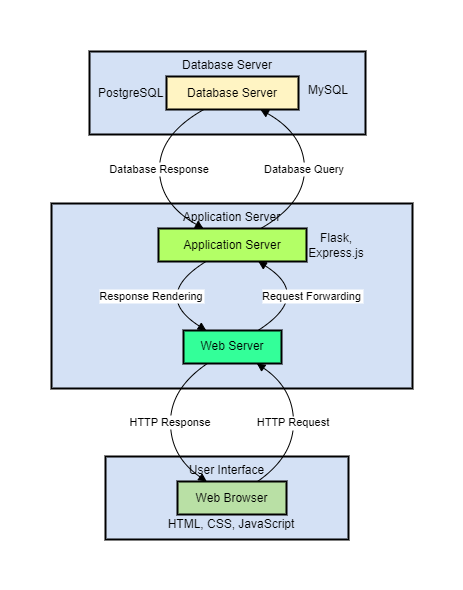
Before: proposal/submission/sec02/Alpha/detailed block diagram.drawio.png, a diagram exported from draw.io (drshahizan/software-engineering). Source tidied: cells renumbered, new cells last; positions are measured from the earlier drawing's top-left corner, leaving out a move shared by most shapes. The source it was exported from:
```xml
<mxGraphModel>
  <root>
    <mxCell id="0" />
    <mxCell id="1" parent="0" />
    <mxCell id="2" value="Database Server" style="whiteSpace=wrap;strokeWidth=2;verticalAlign=top;shadow=0;fillColor=#D4E1F5;" parent="1" vertex="1">
      <mxGeometry x="38" width="276" height="83" as="geometry" />
    </mxCell>
    <mxCell id="3" value="Database Server" style="whiteSpace=wrap;strokeWidth=2;fillColor=#FFF4C3;" parent="1" vertex="1">
      <mxGeometry x="115" y="25" width="132" height="33" as="geometry" />
    </mxCell>
    <mxCell id="4" value="Application Server" style="whiteSpace=wrap;strokeWidth=2;verticalAlign=top;fillColor=#D4E1F5;" parent="1" vertex="1">
      <mxGeometry y="152" width="361" height="185" as="geometry" />
    </mxCell>
    <mxCell id="5" value="Web Server" style="whiteSpace=wrap;strokeWidth=2;fillColor=#33FF99;" parent="1" vertex="1">
      <mxGeometry x="132" y="279" width="98" height="33" as="geometry" />
    </mxCell>
    <mxCell id="6" value="Application Server" style="whiteSpace=wrap;strokeWidth=2;fillColor=#B3FF66;" parent="1" vertex="1">
      <mxGeometry x="107" y="177" width="148" height="33" as="geometry" />
    </mxCell>
    <mxCell id="7" value="User Interface" style="whiteSpace=wrap;strokeWidth=2;verticalAlign=top;fillColor=#D4E1F5;" parent="1" vertex="1">
      <mxGeometry x="54" y="405" width="243" height="83" as="geometry" />
    </mxCell>
    <mxCell id="8" value="Web Browser" style="whiteSpace=wrap;strokeWidth=2;fillColor=#B9E0A5;" parent="1" vertex="1">
      <mxGeometry x="126" y="430" width="109" height="33" as="geometry" />
    </mxCell>
    <mxCell id="9" value="HTTP Request" style="curved=1;startArrow=none;endArrow=block;exitX=0.727960325625642;exitY=0.012121316158410275;entryX=0.7484456682979078;entryY=1.0000001155968867;" parent="1" edge="1" source="8" target="5">
      <mxGeometry relative="1" as="geometry">
        <Array as="points">
          <mxPoint x="242" y="405" />
          <mxPoint x="242" y="337" />
        </Array>
      </mxGeometry>
    </mxCell>
    <mxCell id="10" value="Request Forwarding" style="curved=1;startArrow=none;endArrow=block;exitX=0.7662938683171121;exitY=-0.012121142763080019;entryX=0.676329723615385;entryY=1.0060606869784268;" parent="1" edge="1" source="5" target="6">
      <mxGeometry relative="1" as="geometry">
        <Array as="points">
          <mxPoint x="261" y="244" />
        </Array>
      </mxGeometry>
    </mxCell>
    <mxCell id="11" value="Database Query" style="curved=1;startArrow=none;endArrow=block;exitX=0.693109761532001;exitY=-0.0060605713815400095;entryX=0.7165170053540617;entryY=1.0121212583599668;" parent="1" edge="1" source="6" target="3">
      <mxGeometry relative="1" as="geometry">
        <Array as="points">
          <mxPoint x="253" y="152" />
          <mxPoint x="253" y="83" />
        </Array>
      </mxGeometry>
    </mxCell>
    <mxCell id="12" value="Database Response" style="curved=1;startArrow=none;endArrow=block;exitX=0.2776414793649546;exitY=1.0121212583599668;entryX=0.30168023835252705;entryY=-0.0060605713815400095;" parent="1" edge="1" source="3" target="6">
      <mxGeometry relative="1" as="geometry">
        <Array as="points">
          <mxPoint x="108" y="83" />
          <mxPoint x="108" y="152" />
        </Array>
      </mxGeometry>
    </mxCell>
    <mxCell id="13" value="Response Rendering" style="curved=1;startArrow=none;endArrow=block;exitX=0.31846027626914303;exitY=1.0060606869784268;entryX=0.22583796824319557;entryY=-0.012121142763080019;" parent="1" edge="1" source="6" target="5">
      <mxGeometry relative="1" as="geometry">
        <Array as="points">
          <mxPoint x="100" y="244" />
        </Array>
      </mxGeometry>
    </mxCell>
    <mxCell id="14" value="HTTP Response" style="curved=1;startArrow=none;endArrow=block;exitX=0.24368616826239986;exitY=1.0000001155968867;entryX=0.27413985770380905;entryY=0.012121316158410275;" parent="1" edge="1" source="5" target="8">
      <mxGeometry relative="1" as="geometry">
        <Array as="points">
          <mxPoint x="119" y="337" />
          <mxPoint x="119" y="405" />
        </Array>
      </mxGeometry>
    </mxCell>
    <mxCell id="15" value="HTML, CSS, JavaScript" style="text;html=1;strokeColor=none;fillColor=none;align=center;verticalAlign=middle;whiteSpace=wrap;rounded=0;" parent="1" vertex="1">
      <mxGeometry x="80" y="458" width="200" height="30" as="geometry" />
    </mxCell>
    <mxCell id="16" value="Flask, Express.js" style="text;html=1;strokeColor=none;fillColor=none;align=center;verticalAlign=middle;whiteSpace=wrap;rounded=0;" parent="1" vertex="1">
      <mxGeometry x="255" y="173.5" width="60" height="40" as="geometry" />
    </mxCell>
    <mxCell id="17" value="MySQL" style="text;whiteSpace=wrap;html=1;" parent="1" vertex="1">
      <mxGeometry x="255" y="25" width="45" height="25" as="geometry" />
    </mxCell>
    <mxCell id="18" value="PostgreSQL" style="text;whiteSpace=wrap;html=1;" parent="1" vertex="1">
      <mxGeometry x="45" y="27.5" width="70" height="22.5" as="geometry" />
    </mxCell>
  </root>
</mxGraphModel>
```
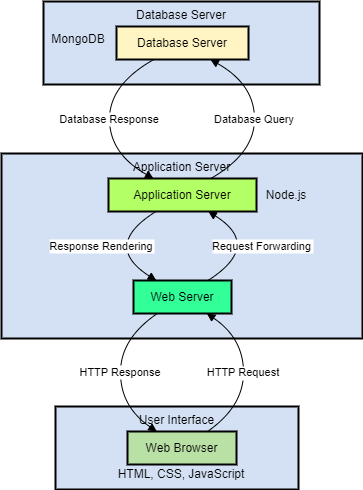
Later version of the same file.

Diff of the diagram source:
```diff
@@ -3,7 +3,7 @@
     <mxCell id="0" />
     <mxCell id="1" parent="0" />
     <mxCell id="2" value="Database Server" style="whiteSpace=wrap;strokeWidth=2;verticalAlign=top;shadow=0;fillColor=#D4E1F5;" parent="1" vertex="1">
-      <mxGeometry x="38" width="276" height="83" as="geometry" />
+      <mxGeometry x="42" width="276" height="83" as="geometry" />
     </mxCell>
     <mxCell id="3" value="Database Server" style="whiteSpace=wrap;strokeWidth=2;fillColor=#FFF4C3;" parent="1" vertex="1">
       <mxGeometry x="115" y="25" width="132" height="33" as="geometry" />
@@ -72,14 +72,11 @@
     <mxCell id="15" value="HTML, CSS, JavaScript" style="text;html=1;strokeColor=none;fillColor=none;align=center;verticalAlign=middle;whiteSpace=wrap;rounded=0;" parent="1" vertex="1">
       <mxGeometry x="80" y="458" width="200" height="30" as="geometry" />
     </mxCell>
-    <mxCell id="16" value="Flask, Express.js" style="text;html=1;strokeColor=none;fillColor=none;align=center;verticalAlign=middle;whiteSpace=wrap;rounded=0;" parent="1" vertex="1">
+    <mxCell id="16" value="Node.js" style="text;html=1;strokeColor=none;fillColor=none;align=center;verticalAlign=middle;whiteSpace=wrap;rounded=0;" parent="1" vertex="1">
       <mxGeometry x="255" y="173.5" width="60" height="40" as="geometry" />
     </mxCell>
-    <mxCell id="17" value="MySQL" style="text;whiteSpace=wrap;html=1;" parent="1" vertex="1">
-      <mxGeometry x="255" y="25" width="45" height="25" as="geometry" />
-    </mxCell>
-    <mxCell id="18" value="PostgreSQL" style="text;whiteSpace=wrap;html=1;" parent="1" vertex="1">
-      <mxGeometry x="45" y="27.5" width="70" height="22.5" as="geometry" />
-    </mxCell>
+    <mxCell id="19" value="MongoDB" style="text;html=1;strokeColor=none;fillColor=none;align=center;verticalAlign=middle;whiteSpace=wrap;rounded=0;" parent="1" vertex="1">
+      <mxGeometry x="47" y="18" width="60" height="40" as="geometry" />
+    </mxCell>
   </root>
 </mxGraphModel>
```
